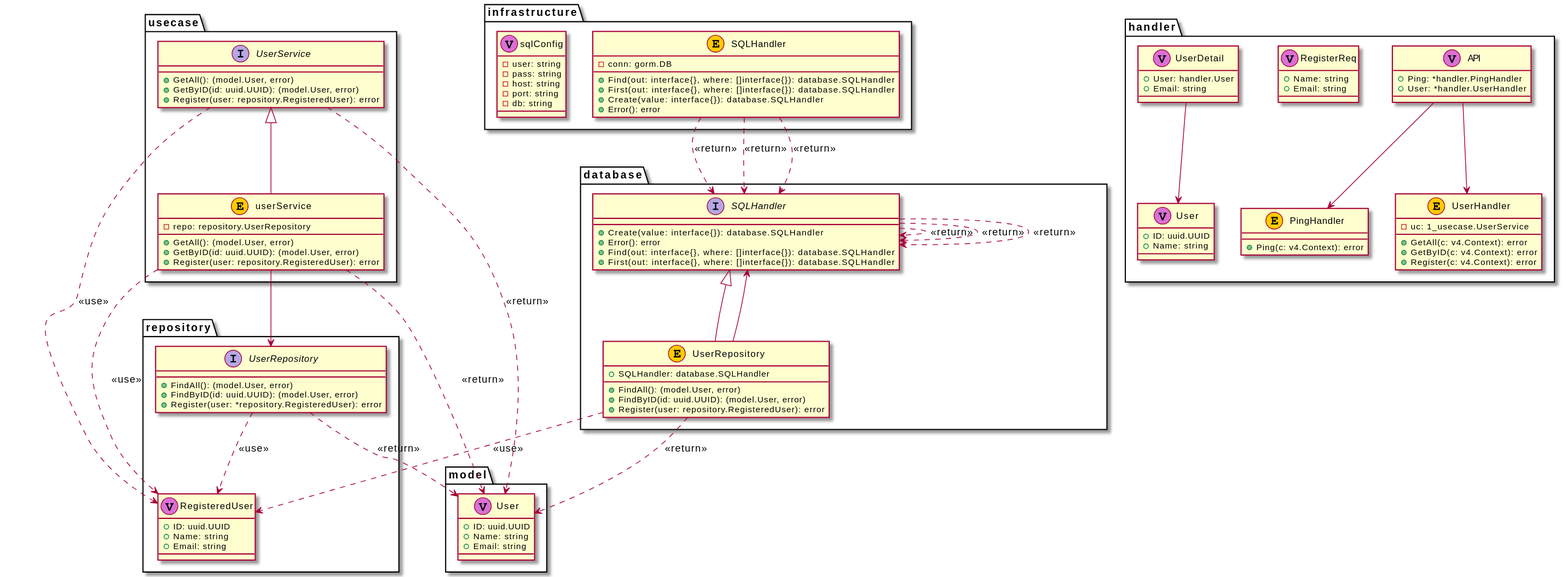
Before: architecture.svg, a diagram exported from PlantUML (ras0q/clean-architecture-sample).
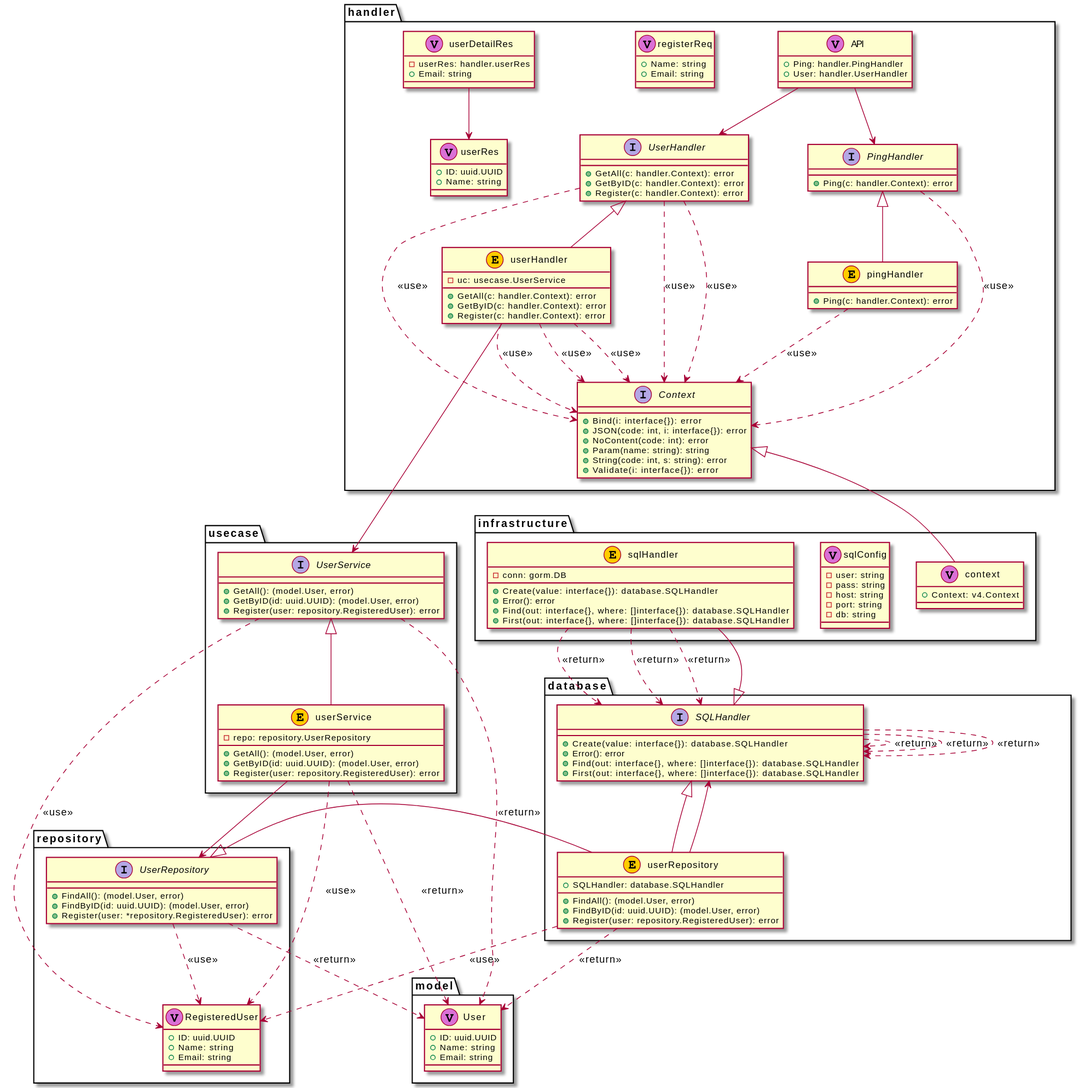
The same diagram one commit later.

Diff of the diagram source:
```diff
@@ -1,4 +1,147 @@
 @startuml
+package "handler" {
+	class "API" as handler.API <<V,Orchid>> {
+		+Ping: handler.PingHandler
+		+User: handler.UserHandler
+	}
+}
+
+	handler.API --> handler.PingHandler
+	handler.API --> handler.UserHandler
+
+
+package "handler" {
+	interface "Context" as handler.Context {
+		+Bind(i: interface{}): error
+		+JSON(code: int, i: interface{}): error
+		+NoContent(code: int): error
+		+Param(name: string): string
+		+String(code: int, s: string): error
+		+Validate(i: interface{}): error
+	}
+}
+
+
+
+package "handler" {
+	interface "PingHandler" as handler.PingHandler {
+		+Ping(c: handler.Context): error
+	}
+}
+
+
+	handler.PingHandler ..> handler.Context : <<use>>
+
+package "handler" {
+	interface "UserHandler" as handler.UserHandler {
+		+GetAll(c: handler.Context): error
+		+GetByID(c: handler.Context): error
+		+Register(c: handler.Context): error
+	}
+}
+
+
+	handler.UserHandler ..> handler.Context : <<use>>
+	handler.UserHandler ..> handler.Context : <<use>>
+	handler.UserHandler ..> handler.Context : <<use>>
+
+package "handler" {
+	class "pingHandler" as handler.pingHandler <<E,#FFCC00>> {
+		+Ping(c: handler.Context): error
+	}
+}
+
+
+	handler.pingHandler ..> handler.Context : <<use>>
+
+package "handler" {
+	class "registerReq" as handler.registerReq <<V,Orchid>> {
+		+Name: string
+		+Email: string
+	}
+}
+
+
+
+package "handler" {
+	class "userDetailRes" as handler.userDetailRes <<V,Orchid>> {
+		-userRes: handler.userRes
+		+Email: string
+	}
+}
+
+	handler.userDetailRes --> handler.userRes
+
+
+package "handler" {
+	class "userHandler" as handler.userHandler <<E,#FFCC00>> {
+		-uc: usecase.UserService
+		+GetAll(c: handler.Context): error
+		+GetByID(c: handler.Context): error
+		+Register(c: handler.Context): error
+	}
+}
+
+	handler.userHandler --> usecase.UserService
+
+	handler.userHandler ..> handler.Context : <<use>>
+	handler.userHandler ..> handler.Context : <<use>>
+	handler.userHandler ..> handler.Context : <<use>>
+
+package "handler" {
+	class "userRes" as handler.userRes <<V,Orchid>> {
+		+ID: uuid.UUID
+		+Name: string
+	}
+}
+
+
+
+package "infrastructure" {
+	class "context" as infrastructure.context <<V,Orchid>> {
+		+Context: v4.Context
+	}
+}
+
+
+
+package "infrastructure" {
+	class "sqlConfig" as infrastructure.sqlConfig <<V,Orchid>> {
+		-user: string
+		-pass: string
+		-host: string
+		-port: string
+		-db: string
+	}
+}
+
+
+
+package "infrastructure" {
+	class "sqlHandler" as infrastructure.sqlHandler <<E,#FFCC00>> {
+		-conn: gorm.DB
+		+Create(value: interface{}): database.SQLHandler
+		+Error(): error
+		+Find(out: interface{}, where: []interface{}): database.SQLHandler
+		+First(out: interface{}, where: []interface{}): database.SQLHandler
+	}
+}
+
+
+	infrastructure.sqlHandler ..> database.SQLHandler : <<return>>
+	infrastructure.sqlHandler ..> database.SQLHandler : <<return>>
+	infrastructure.sqlHandler ..> database.SQLHandler : <<return>>
+
+package "model" {
+	class "User" as model.User <<V,Orchid>> {
+		+ID: uuid.UUID
+		+Name: string
+		+Email: string
+	}
+}
+
+
+
 package "repository" {
 	class "RegisteredUser" as repository.RegisteredUser <<V,Orchid>> {
 		+ID: uuid.UUID
@@ -62,7 +205,7 @@
 	database.SQLHandler ..> database.SQLHandler : <<return>>
 
 package "database" {
-	class "UserRepository" as database.UserRepository <<E,#FFCC00>> {
+	class "userRepository" as database.userRepository <<E,#FFCC00>> {
 		+SQLHandler: database.SQLHandler
 		+FindAll(): (model.User, error)
 		+FindByID(id: uuid.UUID): (model.User, error)
@@ -70,106 +213,17 @@
 	}
 }
 
-	database.UserRepository --> database.SQLHandler
+	database.userRepository --> database.SQLHandler
 
-	database.UserRepository ..> model.User : <<return>>
-	database.UserRepository ..> repository.RegisteredUser : <<use>>
+	database.userRepository ..> model.User : <<return>>
+	database.userRepository ..> repository.RegisteredUser : <<use>>
 
-package "handler" {
-	class "API" as handler.API <<V,Orchid>> {
-		+Ping: *handler.PingHandler
-		+User: *handler.UserHandler
-	}
-}
+	handler.pingHandler -up-|> handler.PingHandler
+	handler.userHandler -up-|> handler.UserHandler
+	infrastructure.context -up-|> handler.Context
+	usecase.userService -up-|> usecase.UserService
+	database.userRepository -up-|> database.SQLHandler
 
-	handler.API --> handler.PingHandler
-	handler.API --> handler.UserHandler
-
-
-package "handler" {
-	class "PingHandler" as handler.PingHandler <<E,#FFCC00>> {
-		+Ping(c: v4.Context): error
-	}
-}
-
-
-
-package "handler" {
-	class "RegisterReq" as handler.RegisterReq <<V,Orchid>> {
-		+Name: string
-		+Email: string
-	}
-}
-
-
-
-package "handler" {
-	class "User" as handler.User <<V,Orchid>> {
-		+ID: uuid.UUID
-		+Name: string
-	}
-}
-
-
-
-package "handler" {
-	class "UserDetail" as handler.UserDetail <<V,Orchid>> {
-		+User: handler.User
-		+Email: string
-	}
-}
-
-	handler.UserDetail --> handler.User
-
-
-package "handler" {
-	class "UserHandler" as handler.UserHandler <<E,#FFCC00>> {
-		-uc: 1_usecase.UserService
-		+GetAll(c: v4.Context): error
-		+GetByID(c: v4.Context): error
-		+Register(c: v4.Context): error
-	}
-}
-
-
-
-package "infrastructure" {
-	class "SQLHandler" as infrastructure.SQLHandler <<E,#FFCC00>> {
-		-conn: gorm.DB
-		+Find(out: interface{}, where: []interface{}): database.SQLHandler
-		+First(out: interface{}, where: []interface{}): database.SQLHandler
-		+Create(value: interface{}): database.SQLHandler
-		+Error(): error
-	}
-}
-
-
-	infrastructure.SQLHandler ..> database.SQLHandler : <<return>>
-	infrastructure.SQLHandler ..> database.SQLHandler : <<return>>
-	infrastructure.SQLHandler ..> database.SQLHandler : <<return>>
-
-package "infrastructure" {
-	class "sqlConfig" as infrastructure.sqlConfig <<V,Orchid>> {
-		-user: string
-		-pass: string
-		-host: string
-		-port: string
-		-db: string
-	}
-}
-
-
-
-package "model" {
-	class "User" as model.User <<V,Orchid>> {
-		+ID: uuid.UUID
-		+Name: string
-		+Email: string
-	}
-}
-
-
-
-	usecase.userService -up-|> usecase.UserService
-	database.UserRepository -up-|> database.SQLHandler
+	database.userRepository -up-|> repository.UserRepository
+	infrastructure.sqlHandler -up-|> database.SQLHandler
 @enduml
```
